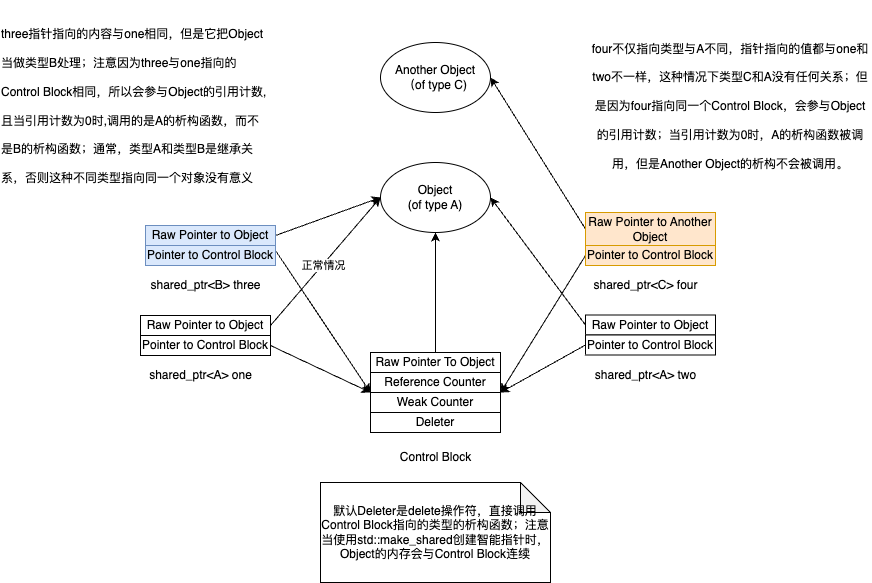
shan-weiqiang/cplusplus keeps this draw.io diagram as shared_ptr/control.png. Above is the earlier version. Source tidied: cells renumbered, new cells last; positions are measured from the earlier drawing's top-left corner, leaving out a move shared by most shapes. Source of this version:
```xml
<mxGraphModel background="#ffffff">
  <root>
    <mxCell id="0" />
    <mxCell id="1" parent="0" />
    <mxCell id="2" value="Object&lt;br&gt;(of type A)" style="ellipse;whiteSpace=wrap;html=1;" parent="1" vertex="1">
      <mxGeometry x="380" y="130" width="110" height="70" as="geometry" />
    </mxCell>
    <mxCell id="3" style="edgeStyle=none;html=1;exitX=0.5;exitY=0;exitDx=0;exitDy=0;entryX=0.5;entryY=1;entryDx=0;entryDy=0;" parent="1" edge="1" source="4" target="2">
      <mxGeometry relative="1" as="geometry" />
    </mxCell>
    <mxCell id="4" value="Raw Pointer To Object" style="rounded=0;whiteSpace=wrap;html=1;" parent="1" vertex="1">
      <mxGeometry x="370" y="320" width="130" height="20" as="geometry" />
    </mxCell>
    <mxCell id="5" value="Control Block" style="text;html=1;align=center;verticalAlign=middle;strokeColor=none;fillColor=none;" parent="1" vertex="1">
      <mxGeometry x="390" y="410" width="90" height="30" as="geometry" />
    </mxCell>
    <mxCell id="6" value="Reference Counter" style="rounded=0;whiteSpace=wrap;html=1;" parent="1" vertex="1">
      <mxGeometry x="370" y="340" width="130" height="20" as="geometry" />
    </mxCell>
    <mxCell id="7" value="Weak Counter" style="rounded=0;whiteSpace=wrap;html=1;" parent="1" vertex="1">
      <mxGeometry x="370" y="360" width="130" height="20" as="geometry" />
    </mxCell>
    <mxCell id="8" value="Deleter" style="rounded=0;whiteSpace=wrap;html=1;" parent="1" vertex="1">
      <mxGeometry x="370" y="380" width="130" height="20" as="geometry" />
    </mxCell>
    <mxCell id="9" style="edgeStyle=none;html=1;exitX=1;exitY=0.5;exitDx=0;exitDy=0;entryX=0;entryY=0.5;entryDx=0;entryDy=0;" parent="1" edge="1" source="11" target="2">
      <mxGeometry relative="1" as="geometry" />
    </mxCell>
    <mxCell id="10" value="正常情况" style="edgeLabel;html=1;align=center;verticalAlign=middle;" parent="9" vertex="1">
      <mxGeometry x="-0.05" relative="1" as="geometry" />
    </mxCell>
    <mxCell id="11" value="Raw Pointer to Object" style="rounded=0;whiteSpace=wrap;html=1;" parent="1" vertex="1">
      <mxGeometry x="140" y="283" width="130" height="20" as="geometry" />
    </mxCell>
    <mxCell id="12" style="edgeStyle=none;html=1;exitX=1;exitY=0.5;exitDx=0;exitDy=0;entryX=0;entryY=0;entryDx=0;entryDy=0;" parent="1" edge="1" source="13" target="7">
      <mxGeometry relative="1" as="geometry" />
    </mxCell>
    <mxCell id="13" value="Pointer to Control Block" style="rounded=0;whiteSpace=wrap;html=1;" parent="1" vertex="1">
      <mxGeometry x="140" y="303" width="130" height="20" as="geometry" />
    </mxCell>
    <mxCell id="14" value="shared_ptr&amp;lt;A&amp;gt; one" style="text;html=1;align=center;verticalAlign=middle;strokeColor=none;fillColor=none;" parent="1" vertex="1">
      <mxGeometry x="135" y="328" width="130" height="30" as="geometry" />
    </mxCell>
    <mxCell id="15" style="edgeStyle=none;html=1;exitX=0;exitY=0.5;exitDx=0;exitDy=0;entryX=1;entryY=0.5;entryDx=0;entryDy=0;" parent="1" edge="1" source="16" target="2">
      <mxGeometry relative="1" as="geometry" />
    </mxCell>
    <mxCell id="16" value="Raw Pointer to Object" style="rounded=0;whiteSpace=wrap;html=1;" parent="1" vertex="1">
      <mxGeometry x="585" y="282.5" width="130" height="20" as="geometry" />
    </mxCell>
    <mxCell id="17" style="edgeStyle=none;html=1;exitX=0;exitY=0.5;exitDx=0;exitDy=0;entryX=1;entryY=0;entryDx=0;entryDy=0;" parent="1" edge="1" source="18" target="7">
      <mxGeometry relative="1" as="geometry" />
    </mxCell>
    <mxCell id="18" value="Pointer to Control Block" style="rounded=0;whiteSpace=wrap;html=1;" parent="1" vertex="1">
      <mxGeometry x="585" y="302.5" width="130" height="20" as="geometry" />
    </mxCell>
    <mxCell id="19" value="shared_ptr&amp;lt;A&amp;gt; two" style="text;html=1;align=center;verticalAlign=middle;strokeColor=none;fillColor=none;" parent="1" vertex="1">
      <mxGeometry x="585" y="327.5" width="120" height="30" as="geometry" />
    </mxCell>
    <mxCell id="20" value="默认Deleter是delete操作符，直接调用Control Block指向的类型的析构函数；注意当使用std::make_shared创建智能指针时，Object的内存会与Control Block连续" style="shape=note;whiteSpace=wrap;html=1;backgroundOutline=1;darkOpacity=0.05;" parent="1" vertex="1">
      <mxGeometry x="320" y="450" width="230" height="100" as="geometry" />
    </mxCell>
    <mxCell id="21" value="Another Object&lt;br&gt;（of type C)" style="ellipse;whiteSpace=wrap;html=1;" parent="1" vertex="1">
      <mxGeometry x="380" y="10" width="110" height="70" as="geometry" />
    </mxCell>
    <mxCell id="22" style="edgeStyle=none;html=1;exitX=1;exitY=0.5;exitDx=0;exitDy=0;entryX=0;entryY=0.5;entryDx=0;entryDy=0;" parent="1" edge="1" source="23" target="2">
      <mxGeometry relative="1" as="geometry" />
    </mxCell>
    <mxCell id="23" value="Raw Pointer to Object" style="rounded=0;whiteSpace=wrap;html=1;fillColor=#dae8fc;strokeColor=#6c8ebf;" parent="1" vertex="1">
      <mxGeometry x="145" y="193" width="130" height="20" as="geometry" />
    </mxCell>
    <mxCell id="24" style="edgeStyle=none;html=1;exitX=1;exitY=0.25;exitDx=0;exitDy=0;entryX=0;entryY=1;entryDx=0;entryDy=0;" parent="1" edge="1" source="25" target="6">
      <mxGeometry relative="1" as="geometry" />
    </mxCell>
    <mxCell id="25" value="Pointer to Control Block" style="rounded=0;whiteSpace=wrap;html=1;fillColor=#dae8fc;strokeColor=#6c8ebf;" parent="1" vertex="1">
      <mxGeometry x="145" y="213" width="130" height="20" as="geometry" />
    </mxCell>
    <mxCell id="26" value="shared_ptr&amp;lt;B&amp;gt; three" style="text;html=1;align=center;verticalAlign=middle;strokeColor=none;fillColor=none;" parent="1" vertex="1">
      <mxGeometry x="140" y="238" width="130" height="30" as="geometry" />
    </mxCell>
    <mxCell id="27" value="&lt;h1 style=&quot;text-align: left;&quot;&gt;&lt;span style=&quot;font-size: 12px; font-weight: 400; text-align: center;&quot;&gt;three指针指向的内容与one相同，但是它把Object当做类型B处理；注意因为three与one指向的Control Block相同，所以会参与Object的引用计数,且当引用计数为0时,调用的是A的析构函数，而不是B的析构函数；通常，类型A和类型B是继承关系，否则这种不同类型指向同一个对象没有意义&lt;/span&gt;&lt;/h1&gt;" style="text;html=1;strokeColor=none;fillColor=none;align=center;verticalAlign=middle;whiteSpace=wrap;rounded=0;" parent="1" vertex="1">
      <mxGeometry width="270" height="140" as="geometry" />
    </mxCell>
    <mxCell id="28" style="edgeStyle=none;html=1;exitX=0;exitY=0.5;exitDx=0;exitDy=0;entryX=1;entryY=0.5;entryDx=0;entryDy=0;" parent="1" edge="1" source="29" target="21">
      <mxGeometry relative="1" as="geometry" />
    </mxCell>
    <mxCell id="29" value="Raw Pointer to Another Object" style="rounded=0;whiteSpace=wrap;html=1;fillColor=#ffe6cc;strokeColor=#d79b00;" parent="1" vertex="1">
      <mxGeometry x="585" y="180" width="130" height="33" as="geometry" />
    </mxCell>
    <mxCell id="30" style="edgeStyle=none;html=1;exitX=0;exitY=0.5;exitDx=0;exitDy=0;" parent="1" edge="1" source="31">
      <mxGeometry relative="1" as="geometry">
        <mxPoint x="500" y="360" as="targetPoint" />
      </mxGeometry>
    </mxCell>
    <mxCell id="31" value="Pointer to Control Block" style="rounded=0;whiteSpace=wrap;html=1;fillColor=#ffe6cc;strokeColor=#d79b00;" parent="1" vertex="1">
      <mxGeometry x="585" y="213" width="130" height="20" as="geometry" />
    </mxCell>
    <mxCell id="32" value="shared_ptr&amp;lt;C&amp;gt; four" style="text;html=1;align=center;verticalAlign=middle;strokeColor=none;fillColor=none;" parent="1" vertex="1">
      <mxGeometry x="580" y="238" width="130" height="30" as="geometry" />
    </mxCell>
    <mxCell id="33" value="&lt;h1 style=&quot;text-align: center;&quot;&gt;&lt;span style=&quot;font-size: 12px; font-weight: 400;&quot;&gt;four不仅指向类型与A不同，指针指向的值都与one和two不一样，这种情况下类型C和A没有任何关系；但是因为four指向同一个Control Block，会参与Object的引用计数；当引用计数为0时，A的析构函数被调用，但是Another Object的析构不会被调用。&lt;/span&gt;&lt;/h1&gt;" style="text;html=1;strokeColor=none;fillColor=none;align=center;verticalAlign=middle;whiteSpace=wrap;rounded=0;" parent="1" vertex="1">
      <mxGeometry x="590" width="280" height="140" as="geometry" />
    </mxCell>
  </root>
</mxGraphModel>
```
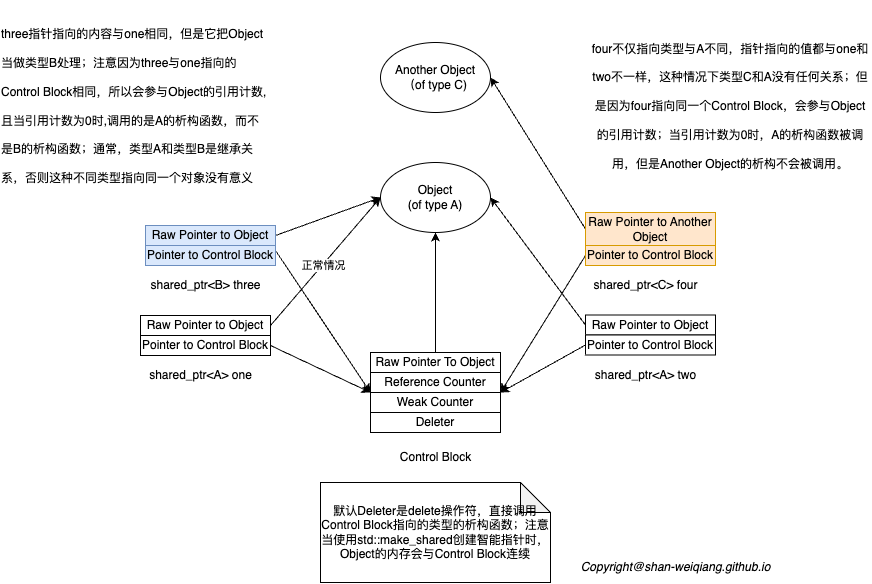
Later version of the same file.

Change to the diagram source:
```diff
@@ -100,5 +100,8 @@
     <mxCell id="33" value="&lt;h1 style=&quot;text-align: center;&quot;&gt;&lt;span style=&quot;font-size: 12px; font-weight: 400;&quot;&gt;four不仅指向类型与A不同，指针指向的值都与one和two不一样，这种情况下类型C和A没有任何关系；但是因为four指向同一个Control Block，会参与Object的引用计数；当引用计数为0时，A的析构函数被调用，但是Another Object的析构不会被调用。&lt;/span&gt;&lt;/h1&gt;" style="text;html=1;strokeColor=none;fillColor=none;align=center;verticalAlign=middle;whiteSpace=wrap;rounded=0;" parent="1" vertex="1">
       <mxGeometry x="590" width="280" height="140" as="geometry" />
     </mxCell>
+    <mxCell id="34" value="&lt;i style=&quot;border-color: var(--border-color);&quot;&gt;Copyright@shan-weiqiang.github.io&lt;/i&gt;" style="text;html=1;align=center;verticalAlign=middle;strokeColor=none;fillColor=none;" parent="1" vertex="1">
+      <mxGeometry x="570" y="520" width="210" height="30" as="geometry" />
+    </mxCell>
   </root>
 </mxGraphModel>
```
